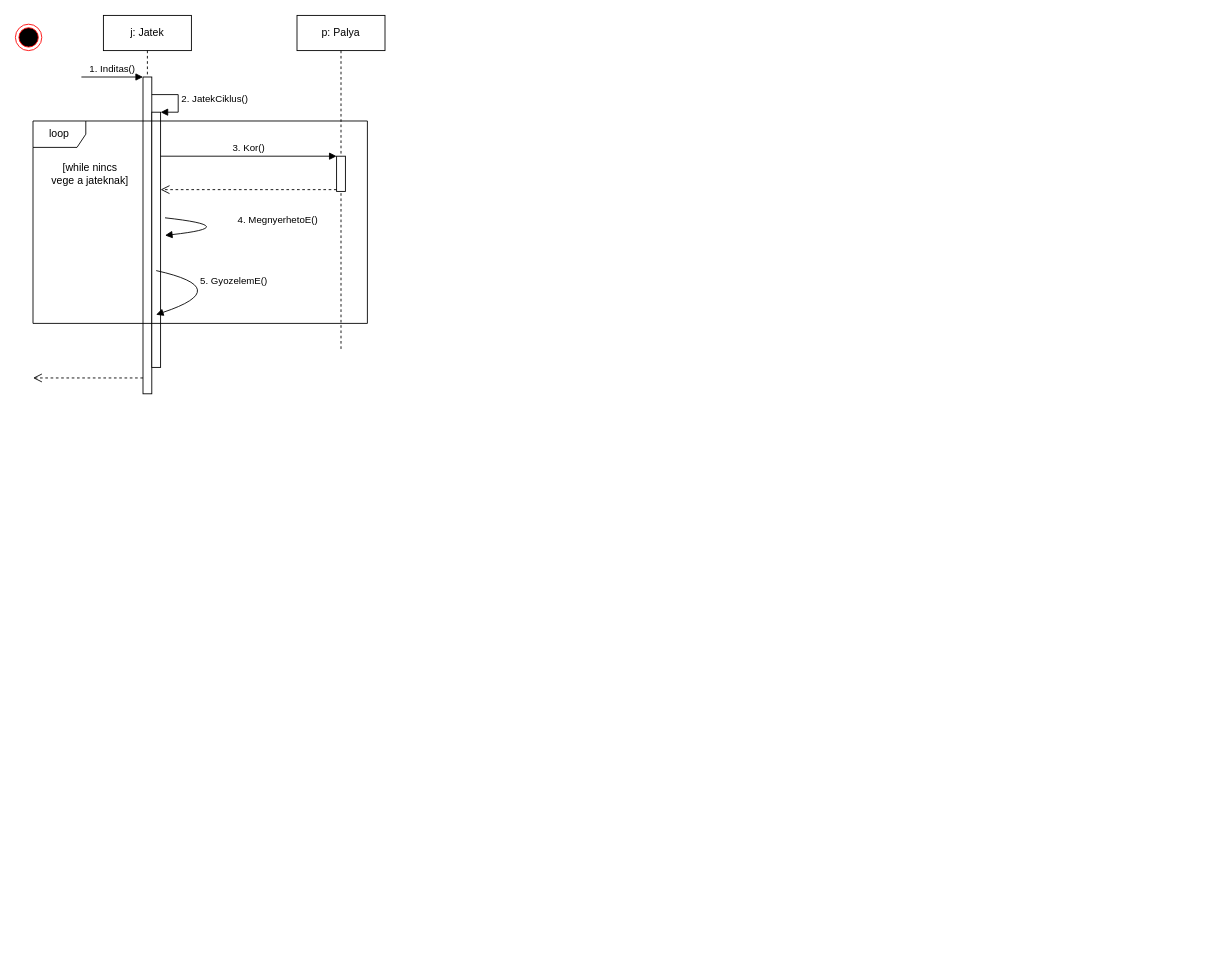
This is page "Page-2" (3 of 3) of doc/uml/jatek_ciklus.drawio from torpeBoiGo/aszteroidabanyaszat, a draw.io file, before an edit. Source tidied: cells renumbered, new cells numbered last; positions are measured from the earlier drawing's top-left corner, leaving out a move shared by most shapes. Both pictures are drawn from the tidied source at 88%, with x=0, y=0 at pixel (15, 15).
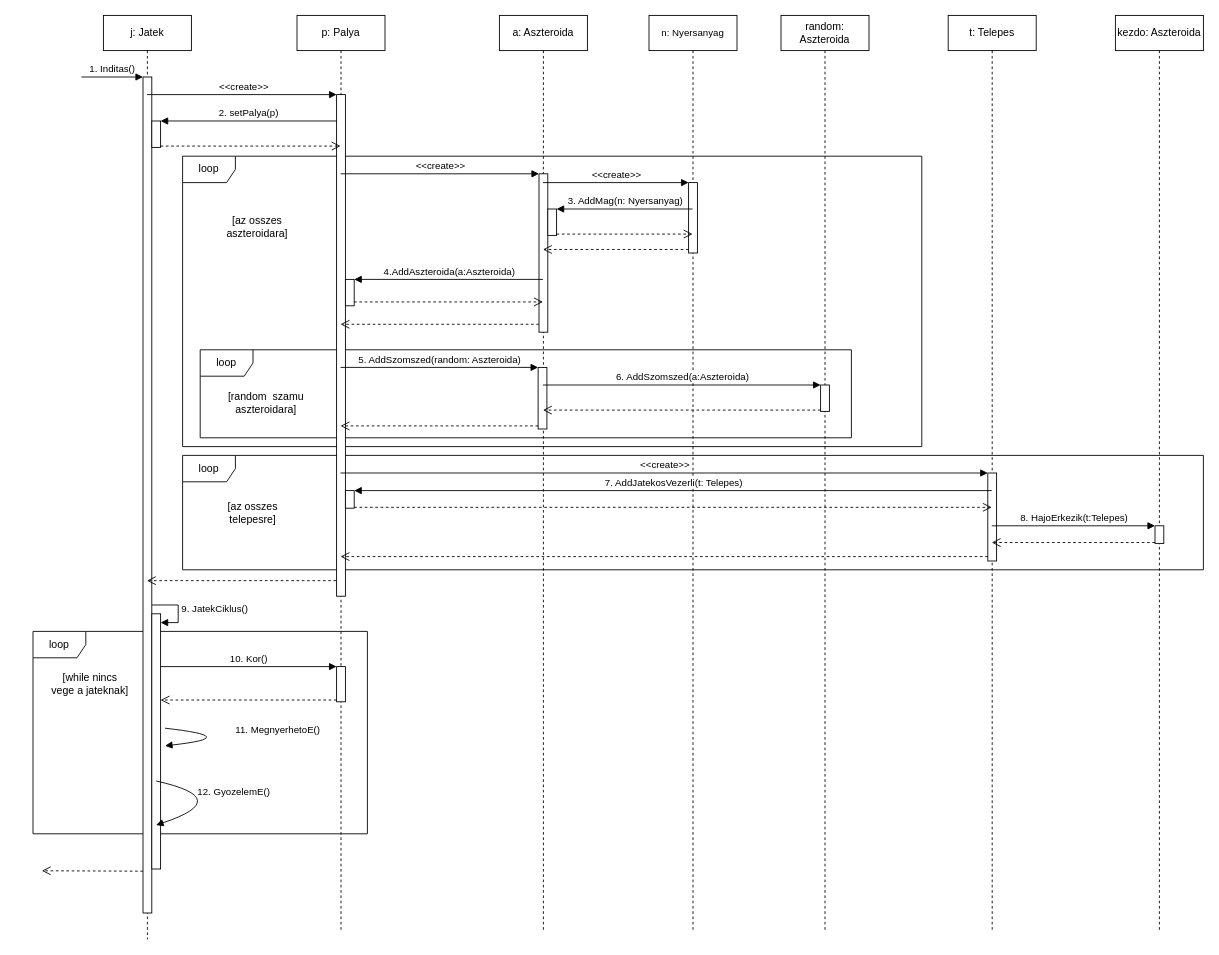
The same diagram, later.

What changed in the source:
```diff
@@
+    <mxCell id="17" value="loop" style="shape=umlFrame;whiteSpace=wrap;html=1;" parent="1" vertex="1">
+      <mxGeometry x="190" y="160" width="840" height="330" as="geometry" />
+    </mxCell>
+    <mxCell id="12" value="loop" style="shape=umlFrame;whiteSpace=wrap;html=1;" parent="1" vertex="1">
+      <mxGeometry x="20" y="700" width="380" height="230" as="geometry" />
+    </mxCell>
     <mxCell id="2" value="j: Jatek" style="shape=umlLifeline;perimeter=lifelinePerimeter;whiteSpace=wrap;html=1;outlineConnect=0;" parent="1" vertex="1">
-      <mxGeometry x="100" width="100" height="430" as="geometry" />
+      <mxGeometry x="100" width="100" height="1050" as="geometry" />
     </mxCell>
     <mxCell id="3" style="html=1;points=[];perimeter=orthogonalPerimeter;" parent="2" vertex="1">
-      <mxGeometry x="45" y="70" width="10" height="360" as="geometry" />
+      <mxGeometry x="45" y="70" width="10" height="950" as="geometry" />
     </mxCell>
@@
     <mxCell id="5" style="html=1;verticalAlign=bottom;endArrow=open;dashed=1;endSize=8;exitX=0;exitY=0.95;" parent="2" edge="1" source="3">
       <mxGeometry x="1" y="-88" relative="1" as="geometry">
-        <mxPoint x="-80" y="412" as="targetPoint" />
+        <mxPoint x="-70" y="972" as="targetPoint" />
         <mxPoint x="-66" y="28" as="offset" />
       </mxGeometry>
     </mxCell>
     <mxCell id="6" style="html=1;points=[];perimeter=orthogonalPerimeter;" parent="2" vertex="1">
-      <mxGeometry x="55" y="110" width="10" height="290" as="geometry" />
+      <mxGeometry x="55" y="680" width="10" height="290" as="geometry" />
     </mxCell>
-    <mxCell id="7" value="2. JatekCiklus()" style="edgeStyle=orthogonalEdgeStyle;html=1;align=left;spacingLeft=2;endArrow=block;rounded=0;entryX=1;entryY=0;" parent="2" edge="1" source="3" target="6">
+    <mxCell id="7" value="9. JatekCiklus()" style="edgeStyle=orthogonalEdgeStyle;html=1;align=left;spacingLeft=2;endArrow=block;rounded=0;entryX=1;entryY=0;" parent="2" edge="1">
       <mxGeometry relative="1" as="geometry">
+        <mxPoint x="55" y="670" as="sourcePoint" />
+        <mxPoint x="65" y="690" as="targetPoint" />
         <Array as="points">
-          <mxPoint x="85" y="90" />
-          <mxPoint x="85" y="110" />
+          <mxPoint x="85" y="670" />
+          <mxPoint x="85" y="690" />
         </Array>
       </mxGeometry>
     </mxCell>
+    <mxCell id="18" style="html=1;points=[];perimeter=orthogonalPerimeter;" parent="2" vertex="1">
+      <mxGeometry x="55" y="120" width="10" height="30" as="geometry" />
+    </mxCell>
+    <mxCell id="19" value="loop" style="shape=umlFrame;whiteSpace=wrap;html=1;" parent="2" vertex="1">
+      <mxGeometry x="110" y="380" width="740" height="100" as="geometry" />
+    </mxCell>
+    <mxCell id="20" value="loop" style="shape=umlFrame;whiteSpace=wrap;html=1;" parent="2" vertex="1">
+      <mxGeometry x="90" y="500" width="1160" height="130" as="geometry" />
+    </mxCell>
+    <mxCell id="21" value="[az osszes telepesre]" style="text;html=1;strokeColor=none;fillColor=none;align=center;verticalAlign=middle;whiteSpace=wrap;rounded=0;" parent="2" vertex="1">
+      <mxGeometry x="130" y="555" width="80" height="20" as="geometry" />
+    </mxCell>
+    <mxCell id="22" value="[random&amp;nbsp; szamu aszteroidara]" style="text;html=1;strokeColor=none;fillColor=none;align=center;verticalAlign=middle;whiteSpace=wrap;rounded=0;" parent="2" vertex="1">
+      <mxGeometry x="140" y="430" width="90" height="20" as="geometry" />
+    </mxCell>
     <mxCell id="8" value="p: Palya" style="shape=umlLifeline;perimeter=lifelinePerimeter;whiteSpace=wrap;html=1;outlineConnect=0;" parent="1" vertex="1">
-      <mxGeometry x="320" width="100" height="380" as="geometry" />
+      <mxGeometry x="320" width="100" height="1040" as="geometry" />
     </mxCell>
     <mxCell id="9" style="html=1;points=[];perimeter=orthogonalPerimeter;" parent="8" vertex="1">
-      <mxGeometry x="45" y="160" width="10" height="40" as="geometry" />
+      <mxGeometry x="45" y="740" width="10" height="40" as="geometry" />
     </mxCell>
+    <mxCell id="23" style="html=1;points=[];perimeter=orthogonalPerimeter;" parent="8" vertex="1">
+      <mxGeometry x="45" y="90" width="10" height="570" as="geometry" />
+    </mxCell>
+    <mxCell id="24" style="html=1;points=[];perimeter=orthogonalPerimeter;" parent="8" vertex="1">
+      <mxGeometry x="55" y="300" width="10" height="30" as="geometry" />
+    </mxCell>
+    <mxCell id="25" style="html=1;points=[];perimeter=orthogonalPerimeter;" parent="8" vertex="1">
+      <mxGeometry x="55" y="540" width="10" height="20" as="geometry" />
+    </mxCell>
-    <mxCell id="10" value="3. Kor()" style="html=1;verticalAlign=bottom;endArrow=block;entryX=0;entryY=0;" parent="1" edge="1" source="6" target="9">
-      <mxGeometry relative="1" as="geometry" />
+    <mxCell id="10" value="10. Kor()" style="html=1;verticalAlign=bottom;endArrow=block;entryX=0;entryY=0;" parent="1" edge="1" target="9">
+      <mxGeometry relative="1" as="geometry">
+        <mxPoint x="165" y="740" as="sourcePoint" />
+      </mxGeometry>
     </mxCell>
-    <mxCell id="11" style="html=1;verticalAlign=bottom;endArrow=open;dashed=1;endSize=8;exitX=0;exitY=0.95;" parent="1" edge="1" source="9" target="6">
-      <mxGeometry x="0.15" y="92" relative="1" as="geometry" />
+    <mxCell id="11" style="html=1;verticalAlign=bottom;endArrow=open;dashed=1;endSize=8;exitX=0;exitY=0.95;" parent="1" edge="1" source="9">
+      <mxGeometry x="0.15" y="92" relative="1" as="geometry">
+        <mxPoint x="165" y="778" as="targetPoint" />
+      </mxGeometry>
     </mxCell>
-    <mxCell id="12" value="loop" style="shape=umlFrame;whiteSpace=wrap;html=1;" parent="1" vertex="1">
-      <mxGeometry x="20" y="120" width="380" height="230" as="geometry" />
-    </mxCell>
     <mxCell id="13" value="[while nincs vege a jateknak]" style="text;html=1;strokeColor=none;fillColor=none;align=center;verticalAlign=middle;whiteSpace=wrap;rounded=0;" parent="1" vertex="1">
-      <mxGeometry x="40" y="170" width="90" height="20" as="geometry" />
+      <mxGeometry x="40" y="750" width="90" height="20" as="geometry" />
     </mxCell>
-    <mxCell id="14" value="4. MegnyerhetoE()" style="html=1;verticalAlign=bottom;endArrow=block;curved=1;" parent="1" edge="1">
+    <mxCell id="14" value="11. MegnyerhetoE()" style="html=1;verticalAlign=bottom;endArrow=block;curved=1;" parent="1" edge="1">
       <mxGeometry y="40" relative="1" as="geometry">
-        <mxPoint x="170" y="230" as="sourcePoint" />
-        <mxPoint x="170" y="250" as="targetPoint" />
+        <mxPoint x="170" y="810" as="sourcePoint" />
+        <mxPoint x="170" y="830" as="targetPoint" />
         <Array as="points">
-          <mxPoint x="260" y="240" />
+          <mxPoint x="260" y="820" />
         </Array>
         <mxPoint x="34" y="-39" as="offset" />
       </mxGeometry>
     </mxCell>
-    <mxCell id="15" value="5. GyozelemE()" style="html=1;verticalAlign=bottom;endArrow=block;entryX=0.368;entryY=0.957;entryDx=0;entryDy=0;entryPerimeter=0;curved=1;" parent="1" edge="1" target="12">
+    <mxCell id="15" value="12. GyozelemE()" style="html=1;verticalAlign=bottom;endArrow=block;entryX=0.368;entryY=0.957;entryDx=0;entryDy=0;entryPerimeter=0;curved=1;" parent="1" edge="1" target="12">
       <mxGeometry relative="1" as="geometry">
-        <mxPoint x="160" y="290" as="sourcePoint" />
+        <mxPoint x="160" y="870" as="sourcePoint" />
         <Array as="points">
-          <mxPoint x="250" y="310" />
+          <mxPoint x="250" y="890" />
         </Array>
       </mxGeometry>
     </mxCell>
-    <mxCell id="16" style="ellipse;html=1;shape=endState;fillColor=#000000;strokeColor=#ff0000;" parent="1" vertex="1">
-      <mxGeometry y="10" width="30" height="30" as="geometry" />
-    </mxCell>
+    <mxCell id="26" value="&amp;nbsp;&amp;lt;&amp;lt;create&amp;gt;&amp;gt;" style="html=1;verticalAlign=bottom;endArrow=block;entryX=0;entryY=0;" parent="1" edge="1" source="2" target="23">
+      <mxGeometry relative="1" as="geometry" />
+    </mxCell>
+    <mxCell id="27" style="html=1;verticalAlign=bottom;endArrow=open;dashed=1;endSize=8;exitX=-0.049;exitY=0.969;exitDx=0;exitDy=0;exitPerimeter=0;" parent="1" edge="1" source="23" target="2">
+      <mxGeometry relative="1" as="geometry" />
+    </mxCell>
+    <mxCell id="28" value="2. setPalya(p)" style="html=1;verticalAlign=bottom;endArrow=block;entryX=1;entryY=0;" parent="1" edge="1" source="23" target="18">
+      <mxGeometry relative="1" as="geometry" />
+    </mxCell>
+    <mxCell id="29" style="html=1;verticalAlign=bottom;endArrow=open;dashed=1;endSize=8;exitX=1;exitY=0.95;" parent="1" edge="1" source="18" target="8">
+      <mxGeometry x="0.03" y="-31" relative="1" as="geometry">
+        <mxPoint y="1" as="offset" />
+      </mxGeometry>
+    </mxCell>
+    <mxCell id="30" value="a: Aszteroida" style="shape=umlLifeline;perimeter=lifelinePerimeter;whiteSpace=wrap;html=1;outlineConnect=0;" parent="1" vertex="1">
+      <mxGeometry x="550" width="100" height="1040" as="geometry" />
+    </mxCell>
+    <mxCell id="31" style="html=1;points=[];perimeter=orthogonalPerimeter;" parent="30" vertex="1">
+      <mxGeometry x="45" y="180" width="10" height="180" as="geometry" />
+    </mxCell>
+    <mxCell id="32" style="html=1;points=[];perimeter=orthogonalPerimeter;" parent="30" vertex="1">
+      <mxGeometry x="55" y="220" width="10" height="30" as="geometry" />
+    </mxCell>
+    <mxCell id="33" style="html=1;points=[];perimeter=orthogonalPerimeter;" parent="30" vertex="1">
+      <mxGeometry x="44" y="400" width="10" height="70" as="geometry" />
+    </mxCell>
+    <mxCell id="34" value="&amp;lt;&amp;lt;create&amp;gt;&amp;gt;" style="html=1;verticalAlign=bottom;endArrow=block;entryX=0;entryY=0;" parent="1" edge="1" source="8" target="31">
+      <mxGeometry relative="1" as="geometry" />
+    </mxCell>
+    <mxCell id="35" style="html=1;verticalAlign=bottom;endArrow=open;dashed=1;endSize=8;exitX=0;exitY=0.95;" parent="1" edge="1" source="31" target="8">
+      <mxGeometry x="0.02" y="-60" relative="1" as="geometry" />
+    </mxCell>
+    <mxCell id="36" value="&lt;span style=&quot;font-size: 11px ; background-color: rgb(255 , 255 , 255)&quot;&gt;n: Nyersanyag&lt;/span&gt;" style="shape=umlLifeline;perimeter=lifelinePerimeter;whiteSpace=wrap;html=1;outlineConnect=0;" parent="1" vertex="1">
+      <mxGeometry x="720" width="100" height="1040" as="geometry" />
+    </mxCell>
+    <mxCell id="37" style="html=1;points=[];perimeter=orthogonalPerimeter;" parent="36" vertex="1">
+      <mxGeometry x="45" y="190" width="10" height="80" as="geometry" />
+    </mxCell>
+    <mxCell id="38" value="&amp;lt;&amp;lt;create&amp;gt;&amp;gt;" style="html=1;verticalAlign=bottom;endArrow=block;entryX=0;entryY=0;" parent="1" edge="1" source="30" target="37">
+      <mxGeometry relative="1" as="geometry" />
+    </mxCell>
+    <mxCell id="39" style="html=1;verticalAlign=bottom;endArrow=open;dashed=1;endSize=8;exitX=0;exitY=0.95;" parent="1" edge="1" source="37" target="30">
+      <mxGeometry x="0.2" y="-176" relative="1" as="geometry" />
+    </mxCell>
+    <mxCell id="40" style="html=1;verticalAlign=bottom;endArrow=open;dashed=1;endSize=8;exitX=1;exitY=0.95;" parent="1" edge="1" source="32" target="36">
+      <mxGeometry x="0.03" y="-91" relative="1" as="geometry">
+        <mxPoint y="1" as="offset" />
+      </mxGeometry>
+    </mxCell>
+    <mxCell id="41" value="3. AddMag(n: Nyersanyag)" style="html=1;verticalAlign=bottom;endArrow=block;entryX=1;entryY=0;" parent="1" edge="1" source="36" target="32">
+      <mxGeometry relative="1" as="geometry" />
+    </mxCell>
+    <mxCell id="42" value="4.AddAszteroida(a:Aszteroida)" style="html=1;verticalAlign=bottom;endArrow=block;entryX=1;entryY=0;" parent="1" edge="1" source="30" target="24">
+      <mxGeometry relative="1" as="geometry" />
+    </mxCell>
+    <mxCell id="43" value="5. AddSzomszed(random: Aszteroida)" style="html=1;verticalAlign=bottom;endArrow=block;entryX=0;entryY=0;" parent="1" edge="1" source="8" target="33">
+      <mxGeometry relative="1" as="geometry" />
+    </mxCell>
+    <mxCell id="44" style="html=1;verticalAlign=bottom;endArrow=open;dashed=1;endSize=8;exitX=0;exitY=0.95;" parent="1" edge="1" source="33" target="8">
+      <mxGeometry x="-0.2" y="23" relative="1" as="geometry" />
+    </mxCell>
+    <mxCell id="45" style="html=1;verticalAlign=bottom;endArrow=open;dashed=1;endSize=8;exitX=0.99;exitY=0.854;exitDx=0;exitDy=0;exitPerimeter=0;" parent="1" edge="1" source="24" target="30">
+      <mxGeometry x="1" y="-215" relative="1" as="geometry">
+        <mxPoint x="211" y="-171" as="offset" />
+      </mxGeometry>
+    </mxCell>
+    <mxCell id="46" value="random: Aszteroida" style="shape=umlLifeline;perimeter=lifelinePerimeter;whiteSpace=wrap;html=1;" parent="1" vertex="1">
+      <mxGeometry x="870" width="100" height="1040" as="geometry" />
+    </mxCell>
+    <mxCell id="47" style="html=1;points=[];perimeter=orthogonalPerimeter;" parent="46" vertex="1">
+      <mxGeometry x="45" y="420" width="10" height="30" as="geometry" />
+    </mxCell>
+    <mxCell id="48" value="6. AddSzomszed(a:Aszteroida)" style="html=1;verticalAlign=bottom;endArrow=block;entryX=0;entryY=0;" parent="1" edge="1" source="30" target="47">
+      <mxGeometry relative="1" as="geometry" />
+    </mxCell>
+    <mxCell id="49" style="html=1;verticalAlign=bottom;endArrow=open;dashed=1;endSize=8;exitX=0;exitY=0.95;" parent="1" edge="1" source="47" target="30">
+      <mxGeometry x="-1" y="189" relative="1" as="geometry">
+        <mxPoint x="125" y="-47" as="offset" />
+      </mxGeometry>
+    </mxCell>
+    <mxCell id="50" value="t: Telepes" style="shape=umlLifeline;perimeter=lifelinePerimeter;whiteSpace=wrap;html=1;outlineConnect=0;" parent="1" vertex="1">
+      <mxGeometry x="1060" width="100" height="1040" as="geometry" />
+    </mxCell>
+    <mxCell id="51" style="html=1;points=[];perimeter=orthogonalPerimeter;" parent="50" vertex="1">
+      <mxGeometry x="45" y="520" width="10" height="100" as="geometry" />
+    </mxCell>
+    <mxCell id="52" value="&amp;lt;&amp;lt;create&amp;gt;&amp;gt;" style="html=1;verticalAlign=bottom;endArrow=block;entryX=0;entryY=0;" parent="1" edge="1" source="8" target="51">
+      <mxGeometry relative="1" as="geometry" />
+    </mxCell>
+    <mxCell id="53" style="html=1;verticalAlign=bottom;endArrow=open;dashed=1;endSize=8;exitX=0;exitY=0.95;" parent="1" edge="1" source="51" target="8">
+      <mxGeometry relative="1" as="geometry" />
+    </mxCell>
+    <mxCell id="54" value="7. AddJatekosVezerli(t: Telepes)" style="html=1;verticalAlign=bottom;endArrow=block;entryX=1;entryY=0;" parent="1" edge="1" source="50" target="25">
+      <mxGeometry relative="1" as="geometry" />
+    </mxCell>
+    <mxCell id="55" style="html=1;verticalAlign=bottom;endArrow=open;dashed=1;endSize=8;exitX=1;exitY=0.95;" parent="1" edge="1" source="25" target="50">
+      <mxGeometry x="-0.21" y="-221" relative="1" as="geometry">
+        <mxPoint x="1" as="offset" />
+      </mxGeometry>
+    </mxCell>
+    <mxCell id="56" value="kezdo: Aszteroida" style="shape=umlLifeline;perimeter=lifelinePerimeter;whiteSpace=wrap;html=1;" parent="1" vertex="1">
+      <mxGeometry x="1250" width="100" height="1040" as="geometry" />
+    </mxCell>
+    <mxCell id="57" style="html=1;points=[];perimeter=orthogonalPerimeter;" parent="56" vertex="1">
+      <mxGeometry x="45" y="580" width="10" height="20" as="geometry" />
+    </mxCell>
+    <mxCell id="58" value="8. HajoErkezik(t:Telepes)" style="html=1;verticalAlign=bottom;endArrow=block;entryX=0;entryY=0;" parent="1" edge="1" source="50" target="57">
+      <mxGeometry relative="1" as="geometry" />
+    </mxCell>
+    <mxCell id="59" style="html=1;verticalAlign=bottom;endArrow=open;dashed=1;endSize=8;exitX=0;exitY=0.95;" parent="1" edge="1" source="57" target="50">
+      <mxGeometry x="0.02" y="51" relative="1" as="geometry" />
+    </mxCell>
+    <mxCell id="60" value="[az osszes aszteroidara]" style="text;html=1;strokeColor=none;fillColor=none;align=center;verticalAlign=middle;whiteSpace=wrap;rounded=0;" parent="1" vertex="1">
+      <mxGeometry x="240" y="230" width="70" height="20" as="geometry" />
+    </mxCell>
```
